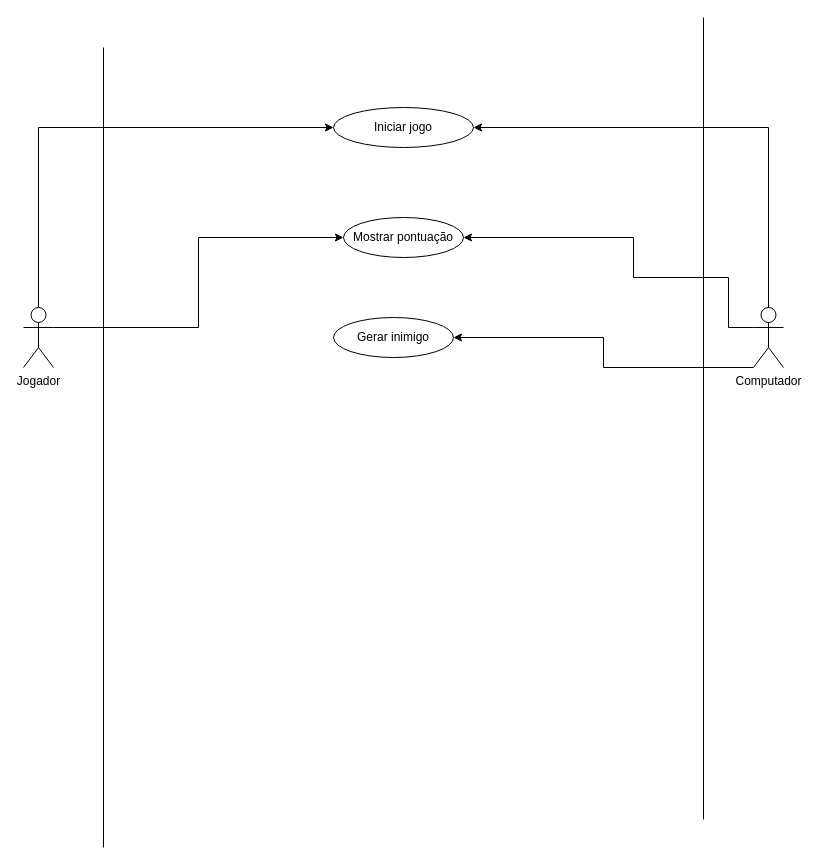
yuritelis/atvmusica keeps this draw.io diagram as Diagrama sem nome.drawio. Above is the earlier version. Source tidied: cells renumbered, new cells numbered last; positions are measured from the earlier drawing's top-left corner, leaving out a move shared by most shapes. Both pictures are drawn from the tidied source at 100%, with x=0, y=0 at pixel (23, 17).
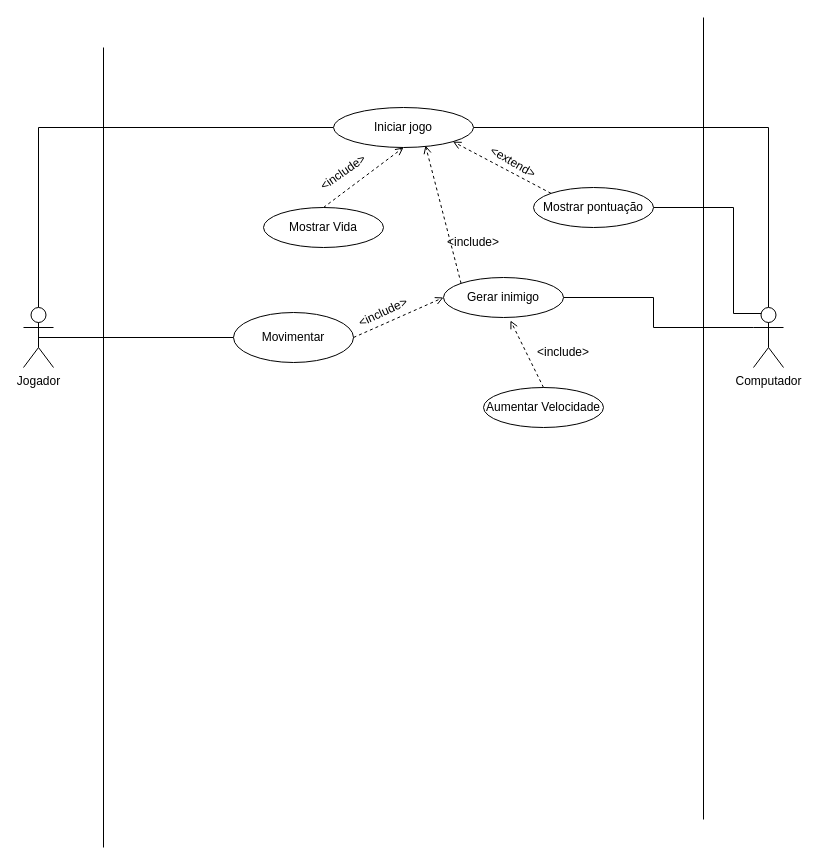
Above is the later version.

The change refers to these unchanged cells:
```xml
<mxCell id="4" value="Jogador" style="shape=umlActor;verticalLabelPosition=bottom;verticalAlign=top;html=1;outlineConnect=0;" parent="1" vertex="1">
  <mxGeometry y="290" width="30" height="60" as="geometry" />
</mxCell>
<mxCell id="8" value="Computador" style="shape=umlActor;verticalLabelPosition=bottom;verticalAlign=top;html=1;outlineConnect=0;" parent="1" vertex="1">
  <mxGeometry x="730" y="290" width="30" height="60" as="geometry" />
</mxCell>
<mxCell id="11" value="Iniciar jogo" style="ellipse;whiteSpace=wrap;html=1;" parent="1" vertex="1">
  <mxGeometry x="310" y="90" width="140" height="40" as="geometry" />
</mxCell>
```

Change to the diagram source:
```diff
@@
-    <mxCell id="2" style="edgeStyle=orthogonalEdgeStyle;rounded=0;jettySize=auto;html=1;entryX=0;entryY=0.5;entryDx=0;entryDy=0;" parent="1" edge="1" source="4" target="11">
+    <mxCell id="2" style="edgeStyle=orthogonalEdgeStyle;rounded=0;jettySize=auto;html=1;entryX=0;entryY=0.5;entryDx=0;entryDy=0;endArrow=none;endFill=0;" parent="1" edge="1" source="4" target="11">
       <mxGeometry relative="1" as="geometry">
         <Array as="points">
           <mxPoint x="15" y="110" />
         </Array>
       </mxGeometry>
     </mxCell>
-    <mxCell id="3" style="edgeStyle=orthogonalEdgeStyle;rounded=0;jettySize=auto;html=1;exitX=1;exitY=0.3333333333333333;exitDx=0;exitDy=0;exitPerimeter=0;entryX=0;entryY=0.5;entryDx=0;entryDy=0;" parent="1" edge="1" source="4" target="12">
-      <mxGeometry relative="1" as="geometry" />
-    </mxCell>
+    <mxCell id="14" style="edgeStyle=orthogonalEdgeStyle;rounded=0;jettySize=auto;html=1;exitX=0.5;exitY=0.5;exitDx=0;exitDy=0;exitPerimeter=0;entryX=0;entryY=0.5;entryDx=0;entryDy=0;endArrow=none;endFill=0;" parent="1" edge="1" source="4" target="20">
+      <mxGeometry relative="1" as="geometry" />
+    </mxCell>
@@
-    <mxCell id="5" style="edgeStyle=orthogonalEdgeStyle;rounded=0;jettySize=auto;html=1;entryX=1;entryY=0.5;entryDx=0;entryDy=0;" parent="1" edge="1" source="8" target="11">
+    <mxCell id="5" style="edgeStyle=orthogonalEdgeStyle;rounded=0;jettySize=auto;html=1;entryX=1;entryY=0.5;entryDx=0;entryDy=0;endArrow=none;endFill=0;" parent="1" edge="1" source="8" target="11">
       <mxGeometry relative="1" as="geometry">
         <Array as="points">
           <mxPoint x="745" y="110" />
         </Array>
       </mxGeometry>
     </mxCell>
+    <mxCell id="7" style="edgeStyle=orthogonalEdgeStyle;rounded=0;jettySize=auto;html=1;exitX=0;exitY=0.3333333333333333;exitDx=0;exitDy=0;exitPerimeter=0;entryX=1;entryY=0.5;entryDx=0;entryDy=0;endArrow=none;endFill=0;" parent="1" edge="1" source="8" target="13">
+      <mxGeometry relative="1" as="geometry">
+        <Array as="points">
+          <mxPoint x="630" y="310" />
+          <mxPoint x="630" y="280" />
+        </Array>
+      </mxGeometry>
+    </mxCell>
-    <mxCell id="6" style="edgeStyle=orthogonalEdgeStyle;rounded=0;jettySize=auto;html=1;entryX=1;entryY=0.5;entryDx=0;entryDy=0;exitX=0;exitY=0.3333333333333333;exitDx=0;exitDy=0;exitPerimeter=0;" parent="1" edge="1" source="8" target="12">
+    <mxCell id="6" style="edgeStyle=orthogonalEdgeStyle;rounded=0;jettySize=auto;html=1;exitX=0.25;exitY=0.1;exitDx=0;exitDy=0;exitPerimeter=0;entryX=1;entryY=0.5;entryDx=0;entryDy=0;endArrow=none;endFill=0;" parent="1" edge="1" source="8" target="12">
       <mxGeometry relative="1" as="geometry">
         <Array as="points">
-          <mxPoint x="705" y="310" />
-          <mxPoint x="705" y="260" />
-          <mxPoint x="610" y="260" />
-          <mxPoint x="610" y="220" />
+          <mxPoint x="710" y="296" />
+          <mxPoint x="710" y="190" />
         </Array>
       </mxGeometry>
     </mxCell>
-    <mxCell id="7" style="edgeStyle=orthogonalEdgeStyle;rounded=0;jettySize=auto;html=1;exitX=0;exitY=1;exitDx=0;exitDy=0;exitPerimeter=0;entryX=1;entryY=0.5;entryDx=0;entryDy=0;" parent="1" edge="1" source="8" target="13">
-      <mxGeometry relative="1" as="geometry">
-        <Array as="points">
-          <mxPoint x="580" y="350" />
-          <mxPoint x="580" y="320" />
-        </Array>
-      </mxGeometry>
-    </mxCell>
@@
     <mxCell id="12" value="Mostrar pontuação" style="ellipse;whiteSpace=wrap;html=1;" parent="1" vertex="1">
-      <mxGeometry x="320" y="200" width="120" height="40" as="geometry" />
+      <mxGeometry x="510" y="170" width="120" height="40" as="geometry" />
     </mxCell>
     <mxCell id="13" value="Gerar inimigo" style="ellipse;whiteSpace=wrap;html=1;" parent="1" vertex="1">
-      <mxGeometry x="310" y="300" width="120" height="40" as="geometry" />
+      <mxGeometry x="420" y="260" width="120" height="40" as="geometry" />
     </mxCell>
+    <mxCell id="15" style="endArrow=open;html=1;rounded=0;entryX=1;entryY=1;entryDx=0;entryDy=0;dashed=1;endFill=0;exitX=0;exitY=0;exitDx=0;exitDy=0;" parent="1" edge="1" source="12" target="11">
+      <mxGeometry relative="1" as="geometry" />
+    </mxCell>
+    <mxCell id="16" value="Mostrar Vida" style="ellipse;whiteSpace=wrap;html=1;" parent="1" vertex="1">
+      <mxGeometry x="240" y="190" width="120" height="40" as="geometry" />
+    </mxCell>
+    <mxCell id="17" style="endArrow=open;html=1;rounded=0;entryX=0.5;entryY=1;entryDx=0;entryDy=0;exitX=0.5;exitY=0;exitDx=0;exitDy=0;dashed=1;endFill=0;" parent="1" edge="1" source="16" target="11">
+      <mxGeometry relative="1" as="geometry" />
+    </mxCell>
+    <mxCell id="18" value="&amp;lt;extend&amp;gt;" style="text;html=1;strokeColor=none;fillColor=none;align=center;verticalAlign=middle;whiteSpace=wrap;rounded=0;rotation=30;" parent="1" vertex="1">
+      <mxGeometry x="460" y="130" width="60" height="30" as="geometry" />
+    </mxCell>
+    <mxCell id="19" value="&amp;lt;include&amp;gt;" style="text;html=1;strokeColor=none;fillColor=none;align=center;verticalAlign=middle;whiteSpace=wrap;rounded=0;rotation=-35;" parent="1" vertex="1">
+      <mxGeometry x="290" y="140" width="60" height="30" as="geometry" />
+    </mxCell>
+    <mxCell id="20" value="Movimentar" style="ellipse;whiteSpace=wrap;html=1;" parent="1" vertex="1">
+      <mxGeometry x="210" y="295" width="120" height="50" as="geometry" />
+    </mxCell>
+    <mxCell id="21" style="endArrow=open;html=1;rounded=0;exitX=1;exitY=0.5;exitDx=0;exitDy=0;entryX=0;entryY=0.5;entryDx=0;entryDy=0;dashed=1;endFill=0;" parent="1" edge="1" source="20" target="13">
+      <mxGeometry relative="1" as="geometry" />
+    </mxCell>
+    <mxCell id="22" value="Aumentar Velocidade" style="ellipse;whiteSpace=wrap;html=1;" parent="1" vertex="1">
+      <mxGeometry x="460" y="370" width="120" height="40" as="geometry" />
+    </mxCell>
+    <mxCell id="23" style="endArrow=open;html=1;rounded=0;exitX=0;exitY=0;exitDx=0;exitDy=0;entryX=0.657;entryY=0.95;entryDx=0;entryDy=0;entryPerimeter=0;dashed=1;endFill=0;" parent="1" edge="1" source="13" target="11">
+      <mxGeometry relative="1" as="geometry" />
+    </mxCell>
+    <mxCell id="24" value="&amp;lt;include&amp;gt;" style="text;html=1;strokeColor=none;fillColor=none;align=center;verticalAlign=middle;whiteSpace=wrap;rounded=0;rotation=-25;" parent="1" vertex="1">
+      <mxGeometry x="330" y="280" width="60" height="30" as="geometry" />
+    </mxCell>
+    <mxCell id="25" value="&amp;lt;include&amp;gt;" style="text;html=1;strokeColor=none;fillColor=none;align=center;verticalAlign=middle;whiteSpace=wrap;rounded=0;rotation=0;" parent="1" vertex="1">
+      <mxGeometry x="420" y="210" width="60" height="30" as="geometry" />
+    </mxCell>
+    <mxCell id="26" style="endArrow=open;html=1;rounded=0;exitX=0.5;exitY=0;exitDx=0;exitDy=0;entryX=0.558;entryY=1.075;entryDx=0;entryDy=0;entryPerimeter=0;dashed=1;endFill=0;" parent="1" edge="1" source="22" target="13">
+      <mxGeometry relative="1" as="geometry" />
+    </mxCell>
+    <mxCell id="27" value="&amp;lt;include&amp;gt;" style="text;html=1;strokeColor=none;fillColor=none;align=center;verticalAlign=middle;whiteSpace=wrap;rounded=0;rotation=0;" parent="1" vertex="1">
+      <mxGeometry x="510" y="320" width="60" height="30" as="geometry" />
+    </mxCell>
```
